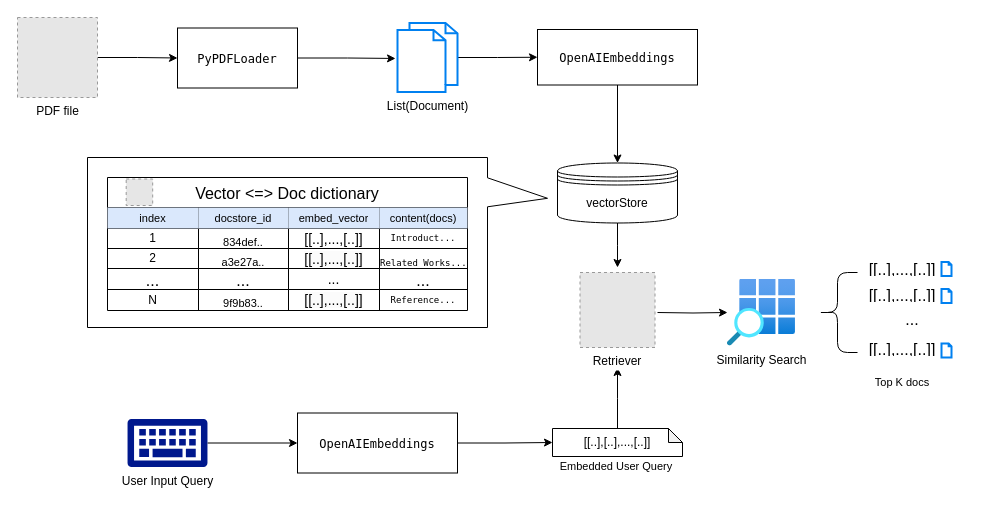
lymanstudio/lymanstudio.github.io keeps this draw.io diagram as _diagrams/vector_store_search.drawio. Above is the earlier version. Source tidied: cells renumbered, new cells numbered last; positions are measured from the earlier drawing's top-left corner, leaving out a move shared by most shapes. Both pictures are drawn from the tidied source at 100%, with x=0, y=0 at pixel (17, 17). Pictures stored in the file or linked from it are replaced by grey dashed boxes.
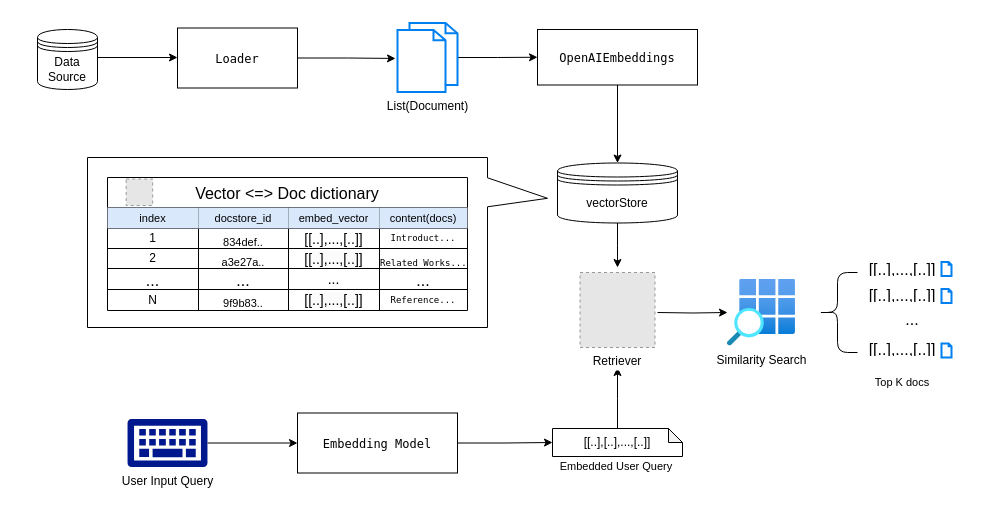
The same page after the edit.

Diff of the diagram source:
```diff
@@
-    <mxCell id="4" style="edgeStyle=orthogonalEdgeStyle;rounded=0;jettySize=auto;html=1;" parent="1" edge="1" source="5" target="8">
-      <mxGeometry relative="1" as="geometry" />
+    <mxCell id="4" style="edgeStyle=orthogonalEdgeStyle;rounded=0;jettySize=auto;html=1;" parent="1" edge="1" target="8">
+      <mxGeometry relative="1" as="geometry">
+        <mxPoint x="80" y="40" as="sourcePoint" />
+      </mxGeometry>
     </mxCell>
-    <mxCell id="5" value="PDF file" style="fillColor=#E6E6E6;strokeColor=#999999;dashed=1;html=1;verticalAlign=top;verticalLabelPosition=bottom;labelBackgroundColor=#ffffff;" parent="1" vertex="1">
-      <mxGeometry width="80" height="80" as="geometry" />
-    </mxCell>
@@
-    <mxCell id="8" value="&lt;div style=&quot;font-family: Menlo, Monaco, &amp;quot;Courier New&amp;quot;, monospace; line-height: 18px; white-space: pre;&quot;&gt;PyPDFLoader&lt;/div&gt;" style="rounded=0;whiteSpace=wrap;html=1;labelBackgroundColor=default;fontColor=default;" parent="1" vertex="1">
+    <mxCell id="8" value="&lt;div style=&quot;font-family: Menlo, Monaco, &amp;quot;Courier New&amp;quot;, monospace; line-height: 18px; white-space: pre;&quot;&gt;Loader&lt;/div&gt;" style="rounded=0;whiteSpace=wrap;html=1;labelBackgroundColor=default;fontColor=default;" parent="1" vertex="1">
       <mxGeometry x="160" y="10.5" width="120" height="60" as="geometry" />
     </mxCell>
@@
-    <mxCell id="15" value="&lt;div style=&quot;font-family: Menlo, Monaco, &amp;quot;Courier New&amp;quot;, monospace; line-height: 18px; white-space: pre;&quot;&gt;OpenAIEmbeddings&lt;/div&gt;" style="rounded=0;whiteSpace=wrap;html=1;labelBackgroundColor=default;fontColor=default;" parent="1" vertex="1">
+    <mxCell id="15" value="&lt;div style=&quot;font-family: Menlo, Monaco, &amp;quot;Courier New&amp;quot;, monospace; line-height: 18px; white-space: pre;&quot;&gt;Embedding Model&lt;/div&gt;" style="rounded=0;whiteSpace=wrap;html=1;labelBackgroundColor=default;fontColor=default;" parent="1" vertex="1">
       <mxGeometry x="280" y="395.5" width="160" height="60" as="geometry" />
     </mxCell>
@@
+    <mxCell id="59" value="Data Source" style="shape=datastore;whiteSpace=wrap;html=1;" parent="1" vertex="1">
+      <mxGeometry x="20" y="12" width="60" height="60" as="geometry" />
+    </mxCell>
```
